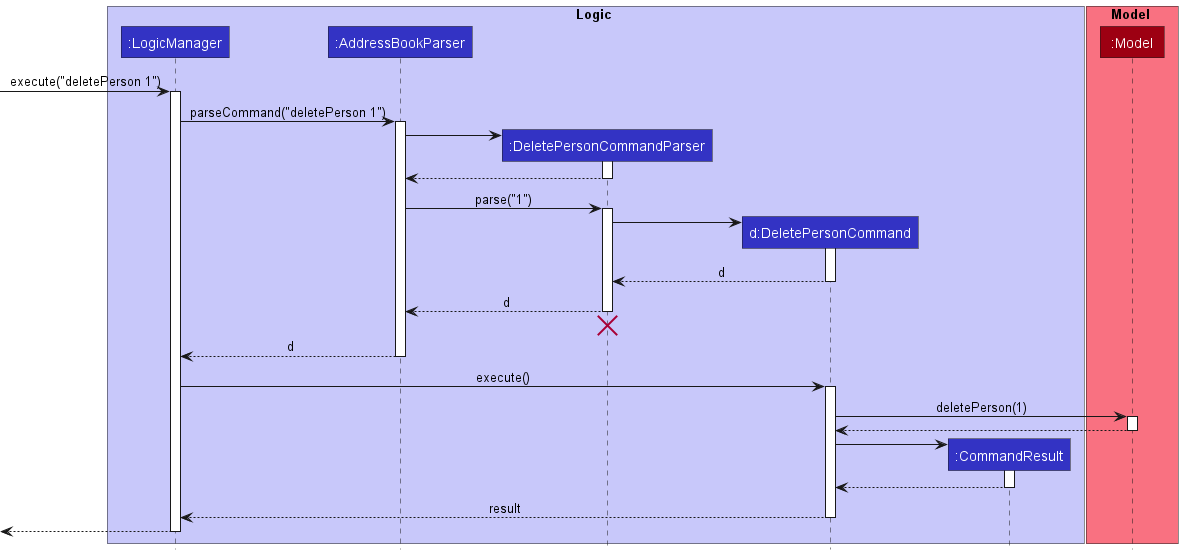
This is docs/images/DeletePersonSequenceDiagram.png from nus-cs2103-AY2223S1/tp, a PlantUML export, as it was before one commit.
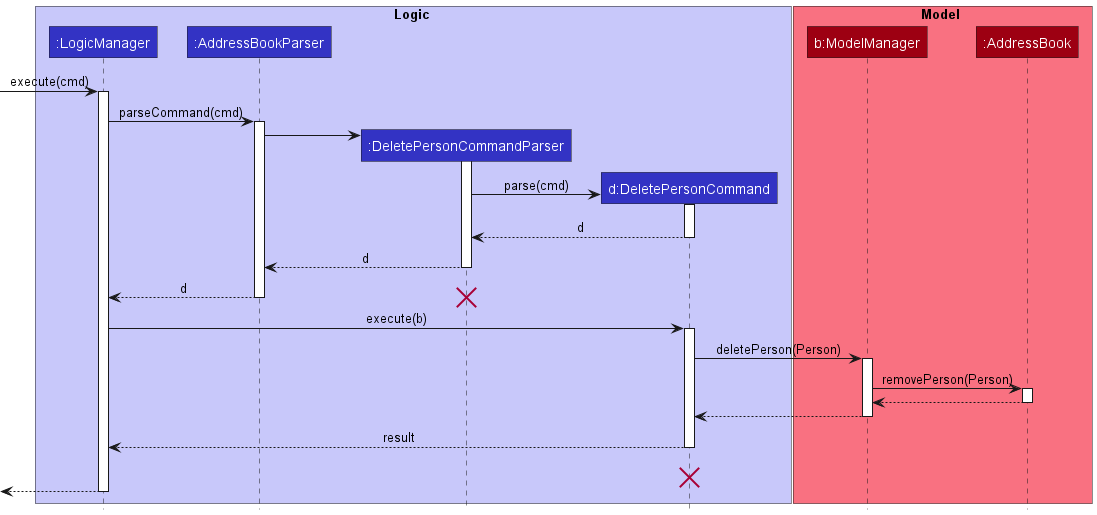
Later version of the same file.

The edit, as a diff of the source:
```diff
@@ -6,31 +6,25 @@
 participant ":AddressBookParser" as AddressBookParser LOGIC_COLOR
 participant ":DeletePersonCommandParser" as DeletePersonCommandParser LOGIC_COLOR
 participant "d:DeletePersonCommand" as DeletePersonCommand LOGIC_COLOR
-participant ":CommandResult" as CommandResult LOGIC_COLOR
 end box
 
 box Model MODEL_COLOR_T1
-participant ":Model" as Model MODEL_COLOR
+participant "b:ModelManager" as ModelManager MODEL_COLOR
+participant ":AddressBook" as AddressBook MODEL_COLOR
 end box
 
-[-> LogicManager : execute("deletePerson 1")
+[-> LogicManager : execute(cmd)
 activate LogicManager
 
-LogicManager -> AddressBookParser : parseCommand("deletePerson 1")
+LogicManager -> AddressBookParser : parseCommand(cmd)
 activate AddressBookParser
 
 create DeletePersonCommandParser
 AddressBookParser -> DeletePersonCommandParser
 activate DeletePersonCommandParser
 
-DeletePersonCommandParser --> AddressBookParser
-deactivate DeletePersonCommandParser
-
-AddressBookParser -> DeletePersonCommandParser : parse("1")
-activate DeletePersonCommandParser
-
 create DeletePersonCommand
-DeletePersonCommandParser -> DeletePersonCommand
+DeletePersonCommandParser -> DeletePersonCommand : parse(cmd)
 activate DeletePersonCommand
 
 DeletePersonCommand --> DeletePersonCommandParser : d
@@ -38,30 +32,30 @@
 
 DeletePersonCommandParser --> AddressBookParser : d
 deactivate DeletePersonCommandParser
-DeletePersonCommandParser -[hidden]-> AddressBookParser
-destroy DeletePersonCommandParser
 
 AddressBookParser --> LogicManager : d
 deactivate AddressBookParser
+destroy DeletePersonCommandParser
 
-LogicManager -> DeletePersonCommand : execute()
+LogicManager -> DeletePersonCommand : execute(b)
 activate DeletePersonCommand
 
-DeletePersonCommand -> Model : deletePerson(1)
-activate Model
+DeletePersonCommand -> ModelManager : deletePerson(Person)
+activate ModelManager
 
-Model --> DeletePersonCommand
-deactivate Model
+ModelManager -> AddressBook : removePerson(Person)
+activate AddressBook
 
-create CommandResult
-DeletePersonCommand -> CommandResult
-activate CommandResult
+AddressBook --> ModelManager :
+deactivate AddressBook
 
-CommandResult --> DeletePersonCommand
-deactivate CommandResult
+ModelManager --> DeletePersonCommand :
+deactivate ModelManager
 
 DeletePersonCommand --> LogicManager : result
 deactivate DeletePersonCommand
+DeletePersonCommand -[hidden]-> LogicManager : result
+destroy DeletePersonCommand
 
 [<--LogicManager
 deactivate LogicManager
```
